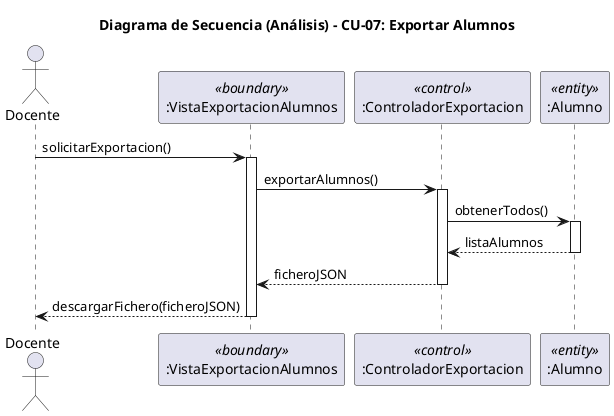
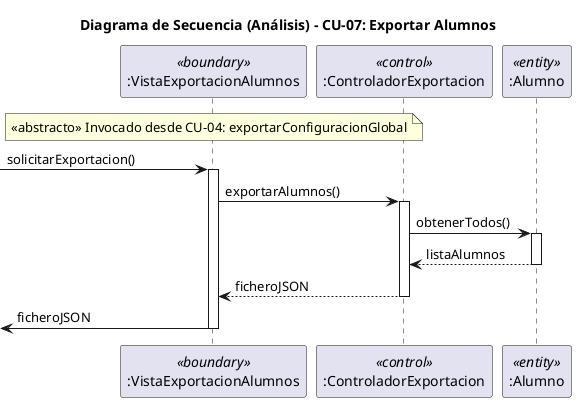
- ﻿@startuml cu07-exportarAlumnos-analisis-secuencia
+ @startuml cu07-exportarAlumnos-analisis-secuencia
title Diagrama de Secuencia (Análisis) - CU-07: Exportar Alumnos

- actor "Docente" as Actor
participant ":VistaExportacionAlumnos" as Boundary <<boundary>>
participant ":ControladorExportacion" as Control <<control>>
participant ":Alumno" as Entity <<entity>>

- Actor -> Boundary : solicitarExportacion()
+ note over Boundary : <<abstracto>> Invocado desde CU-04: exportarConfiguracionGlobal
+ 
+ [-> Boundary : solicitarExportacion()
activate Boundary

Boundary -> Control : exportarAlumnos()
activate Control

Control -> Entity : obtenerTodos()
activate Entity
Entity --> Control : listaAlumnos
deactivate Entity

Control --> Boundary : ficheroJSON
deactivate Control

- Boundary --> Actor : descargarFichero(ficheroJSON)
+ [<- Boundary : ficheroJSON
deactivate Boundary

@enduml
